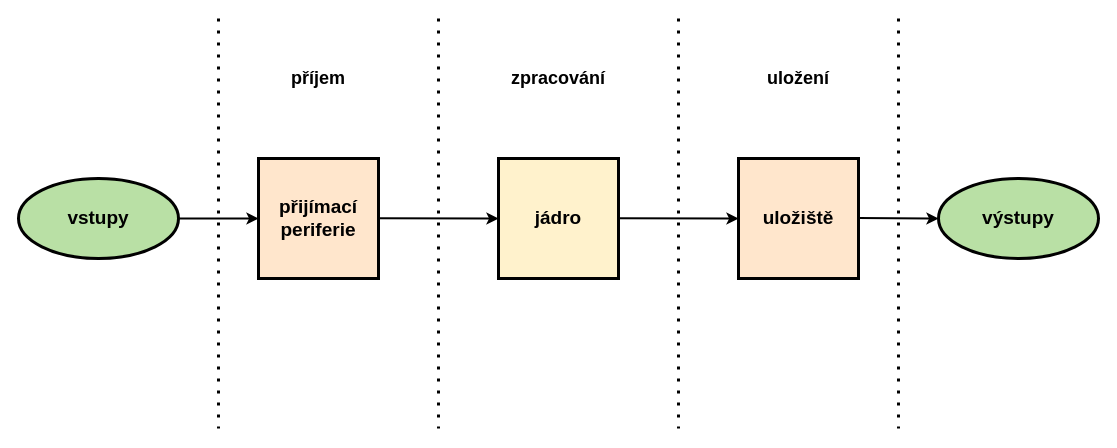
Earlier version of the draw.io diagram diagrams/common_digital_datalogger_scheme/common_digital_datalogger_scheme.drawio (Doly02/thesis). Source tidied: cells renumbered, new cells numbered last; positions are measured from the earlier drawing's top-left corner, leaving out a move shared by most shapes. Both pictures are drawn from the tidied source at 100%, with x=0, y=0 at pixel (18, 18).
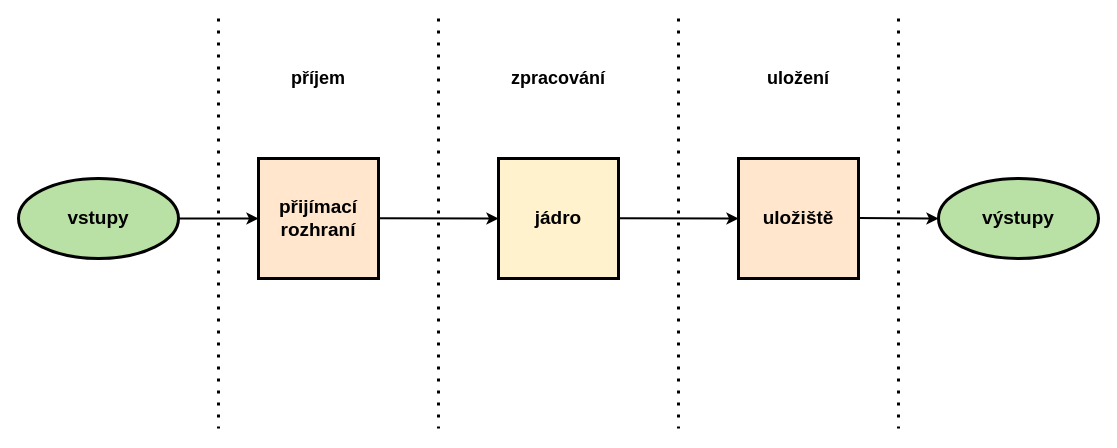
Above is the later version.

The edit, as a diff of the source:
```diff
@@
-    <mxCell id="5" value="&lt;b&gt;&lt;font style=&quot;font-size: 19px;&quot;&gt;přijímací&lt;/font&gt;&lt;/b&gt;&lt;div&gt;&lt;span style=&quot;background-color: transparent; color: light-dark(rgb(0, 0, 0), rgb(255, 255, 255));&quot;&gt;&lt;b&gt;&lt;font style=&quot;font-size: 19px;&quot;&gt;periferie&lt;/font&gt;&lt;/b&gt;&lt;/span&gt;&lt;/div&gt;" style="text;html=1;align=center;verticalAlign=middle;whiteSpace=wrap;rounded=0;" parent="1" vertex="1">
+    <mxCell id="5" value="&lt;b&gt;&lt;font style=&quot;font-size: 19px;&quot;&gt;přijímací&lt;/font&gt;&lt;/b&gt;&lt;div&gt;&lt;span style=&quot;background-color: transparent; color: light-dark(rgb(0, 0, 0), rgb(255, 255, 255));&quot;&gt;&lt;b&gt;&lt;font style=&quot;font-size: 19px;&quot;&gt;rozhraní&lt;/font&gt;&lt;/b&gt;&lt;/span&gt;&lt;/div&gt;" style="text;html=1;align=center;verticalAlign=middle;whiteSpace=wrap;rounded=0;" parent="1" vertex="1">
       <mxGeometry x="250" y="175" width="100" height="50" as="geometry" />
     </mxCell>
```
